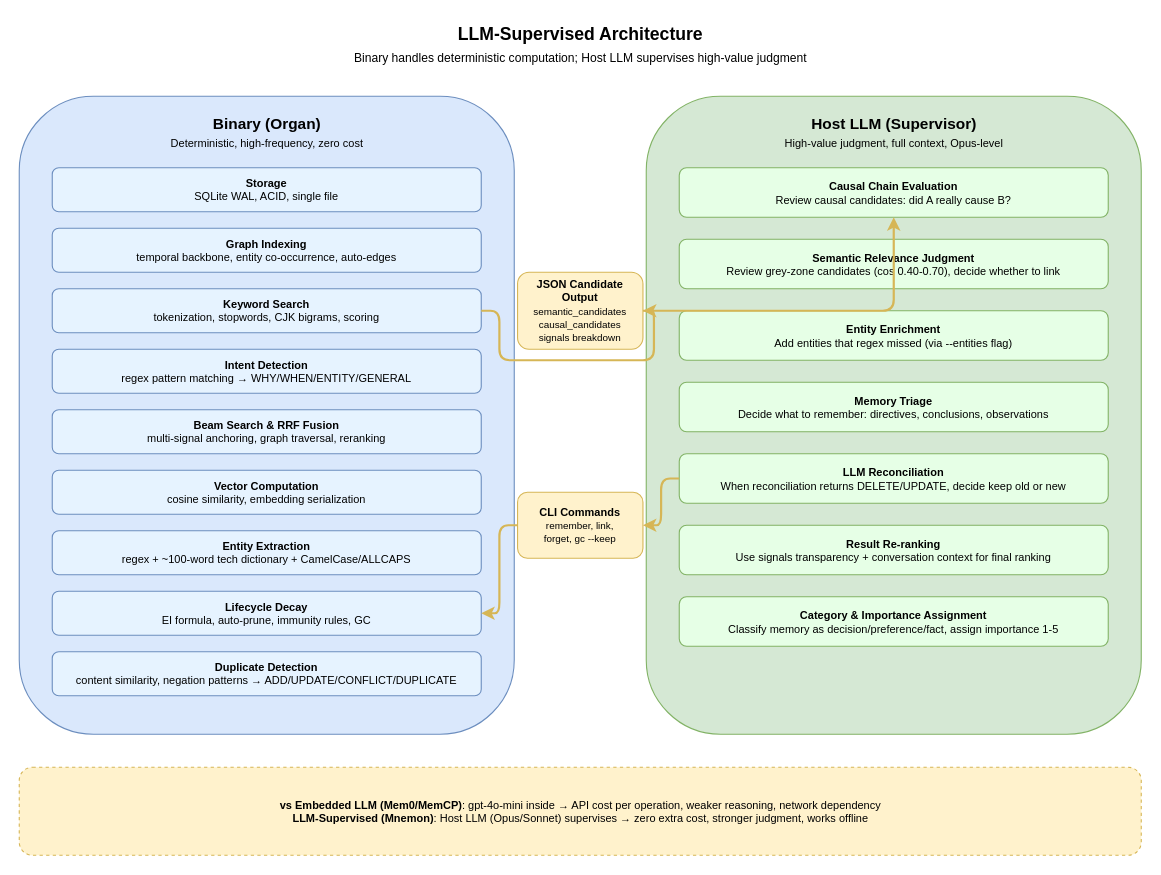
bissli/memman keeps this draw.io diagram as docs/diagrams/05-llm-supervised.drawio. Above is the earlier version. Source tidied: cells renumbered, new cells numbered last; positions are measured from the earlier drawing's top-left corner, leaving out a move shared by most shapes. Both pictures are drawn from the tidied source at 110%, with x=0, y=0 at pixel (19, 19).
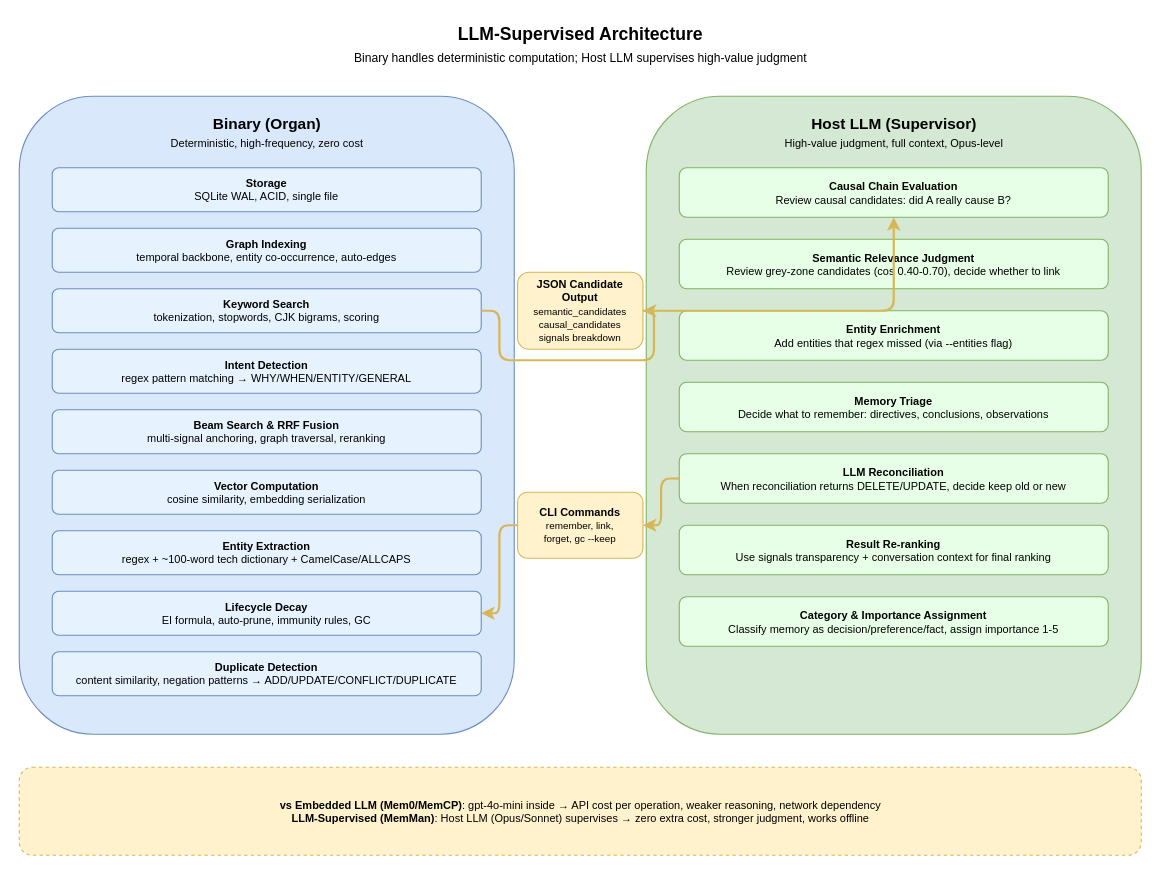
After the change.

Diff of the diagram source:
```diff
@@
-    <mxCell id="30" value="&lt;b&gt;vs Embedded LLM (Mem0/MemCP)&lt;/b&gt;: gpt-4o-mini inside → API cost per operation, weaker reasoning, network dependency&lt;br&gt;&lt;b&gt;LLM-Supervised (Mnemon)&lt;/b&gt;: Host LLM (Opus/Sonnet) supervises → zero extra cost, stronger judgment, works offline" style="text;html=1;align=center;fontSize=10;fillColor=none;strokeColor=none;verticalAlign=middle;" parent="1" vertex="1">
+    <mxCell id="30" value="&lt;b&gt;vs Embedded LLM (Mem0/MemCP)&lt;/b&gt;: gpt-4o-mini inside → API cost per operation, weaker reasoning, network dependency&lt;br&gt;&lt;b&gt;LLM-Supervised (MemMan)&lt;/b&gt;: Host LLM (Opus/Sonnet) supervises → zero extra cost, stronger judgment, works offline" style="text;html=1;align=center;fontSize=10;fillColor=none;strokeColor=none;verticalAlign=middle;" parent="1" vertex="1">
       <mxGeometry x="20" y="690" width="980" height="60" as="geometry" />
     </mxCell>
```
